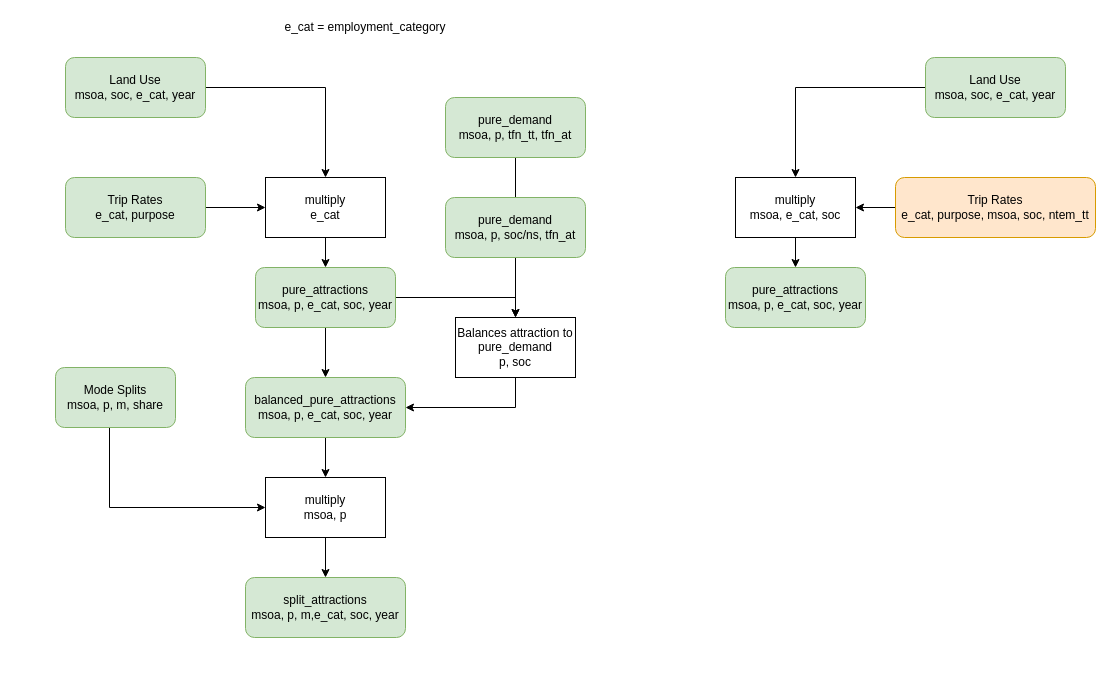
Earlier version of the draw.io diagram page "Attraction Model" (3 of 4) of docs/op_models/NoTEM/NoTEM Code Structure.drawio (Transport-for-the-North/NorMITs-Demand). Source tidied: cells renumbered, new cells numbered last; positions are measured from the earlier drawing's top-left corner, leaving out a move shared by most shapes. Both pictures are drawn from the tidied source at 100%, with x=0, y=0 at pixel (55, 17).
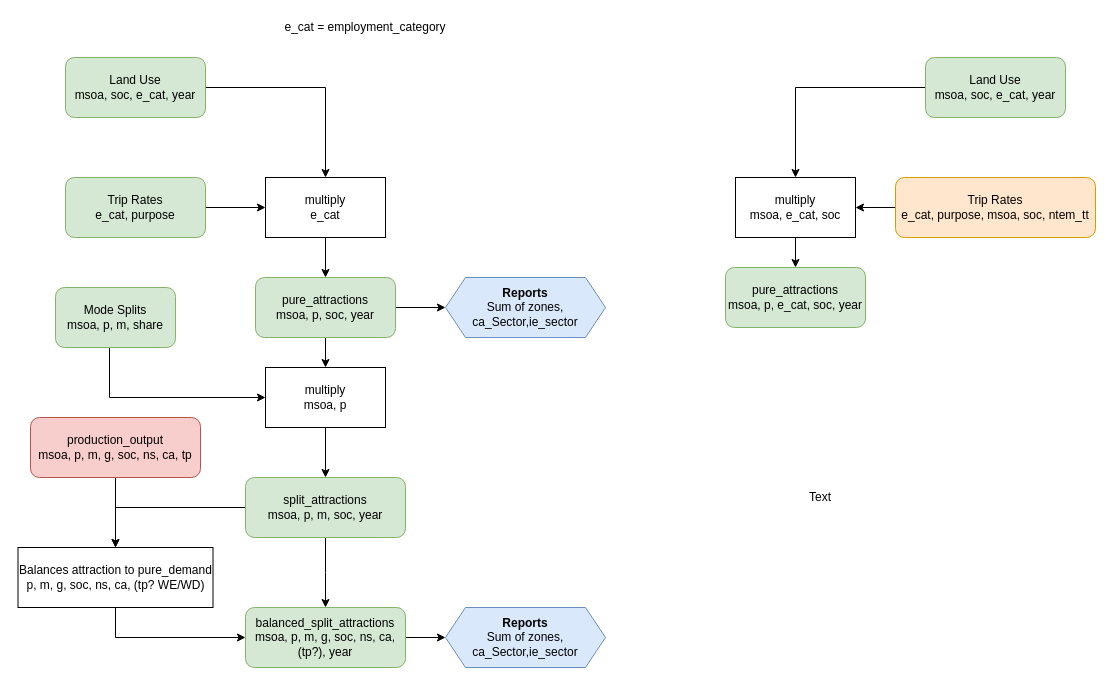
Above is the later version.

Change to the diagram source:
```diff
@@
-    <mxCell id="11" style="edgeStyle=orthogonalEdgeStyle;rounded=0;jettySize=auto;html=1;" parent="1" edge="1" source="13" target="20">
+    <mxCell id="11" style="edgeStyle=orthogonalEdgeStyle;rounded=0;jettySize=auto;html=1;entryX=0.5;entryY=0;entryDx=0;entryDy=0;" parent="1" edge="1" source="13" target="17">
       <mxGeometry relative="1" as="geometry" />
     </mxCell>
-    <mxCell id="12" style="edgeStyle=orthogonalEdgeStyle;rounded=0;jettySize=auto;html=1;" parent="1" edge="1" source="13" target="22">
-      <mxGeometry relative="1" as="geometry">
-        <Array as="points">
-          <mxPoint x="460" y="280" />
-        </Array>
-      </mxGeometry>
-    </mxCell>
+    <mxCell id="31" style="edgeStyle=orthogonalEdgeStyle;rounded=0;jettySize=auto;html=1;" parent="1" edge="1" source="13" target="37">
+      <mxGeometry relative="1" as="geometry" />
+    </mxCell>
-    <mxCell id="13" value="pure_attractions&lt;br&gt;msoa, p, e_cat, soc, year" style="rounded=1;whiteSpace=wrap;html=1;fillColor=#d5e8d4;strokeColor=#82b366;" parent="1" vertex="1">
-      <mxGeometry x="200" y="250" width="140" height="60" as="geometry" />
+    <mxCell id="13" value="pure_attractions&lt;br&gt;msoa, p, soc, year" style="rounded=1;whiteSpace=wrap;html=1;fillColor=#d5e8d4;strokeColor=#82b366;" parent="1" vertex="1">
+      <mxGeometry x="200" y="260" width="140" height="60" as="geometry" />
     </mxCell>
-    <mxCell id="14" style="edgeStyle=orthogonalEdgeStyle;rounded=0;jettySize=auto;html=1;" parent="1" edge="1" target="17">
+    <mxCell id="14" style="edgeStyle=orthogonalEdgeStyle;rounded=0;jettySize=auto;html=1;entryX=0;entryY=0.5;entryDx=0;entryDy=0;" parent="1" edge="1" target="17">
       <mxGeometry relative="1" as="geometry">
-        <mxPoint x="54" y="410" as="sourcePoint" />
+        <mxPoint x="54" y="330" as="sourcePoint" />
         <Array as="points">
-          <mxPoint x="54" y="490" />
+          <mxPoint x="54" y="380" />
         </Array>
       </mxGeometry>
     </mxCell>
     <mxCell id="15" value="Mode Splits&lt;br&gt;msoa, p, m, share" style="rounded=1;whiteSpace=wrap;html=1;fillColor=#d5e8d4;strokeColor=#82b366;" parent="1" vertex="1">
-      <mxGeometry y="350" width="120" height="60" as="geometry" />
+      <mxGeometry y="270" width="120" height="60" as="geometry" />
     </mxCell>
@@
     <mxCell id="17" value="multiply&lt;br&gt;msoa, p" style="rounded=0;whiteSpace=wrap;html=1;" parent="1" vertex="1">
-      <mxGeometry x="210" y="460" width="120" height="60" as="geometry" />
+      <mxGeometry x="210" y="350" width="120" height="60" as="geometry" />
     </mxCell>
+    <mxCell id="32" style="edgeStyle=orthogonalEdgeStyle;rounded=0;jettySize=auto;html=1;exitX=0.5;exitY=1;exitDx=0;exitDy=0;" parent="1" edge="1" source="18">
+      <mxGeometry relative="1" as="geometry">
+        <mxPoint x="270" y="590" as="targetPoint" />
+      </mxGeometry>
+    </mxCell>
+    <mxCell id="33" style="edgeStyle=orthogonalEdgeStyle;rounded=0;jettySize=auto;html=1;exitX=0;exitY=0.5;exitDx=0;exitDy=0;entryX=0.5;entryY=0;entryDx=0;entryDy=0;" parent="1" edge="1" source="18" target="22">
+      <mxGeometry relative="1" as="geometry">
+        <Array as="points">
+          <mxPoint x="60" y="490" />
+        </Array>
+      </mxGeometry>
+    </mxCell>
-    <mxCell id="18" value="split_attractions&lt;br&gt;msoa, p, m,e_cat, soc, year" style="rounded=1;whiteSpace=wrap;html=1;fillColor=#d5e8d4;strokeColor=#82b366;" parent="1" vertex="1">
-      <mxGeometry x="190" y="560" width="160" height="60" as="geometry" />
+    <mxCell id="18" value="split_attractions&lt;br&gt;msoa, p, m, soc, year" style="rounded=1;whiteSpace=wrap;html=1;fillColor=#d5e8d4;strokeColor=#82b366;" parent="1" vertex="1">
+      <mxGeometry x="190" y="460" width="160" height="60" as="geometry" />
     </mxCell>
-    <mxCell id="19" style="edgeStyle=orthogonalEdgeStyle;rounded=0;jettySize=auto;html=1;" parent="1" edge="1" source="20" target="17">
-      <mxGeometry relative="1" as="geometry" />
-    </mxCell>
-    <mxCell id="20" value="balanced_pure_attractions&lt;br&gt;msoa, p, e_cat, soc, year" style="rounded=1;whiteSpace=wrap;html=1;fillColor=#d5e8d4;strokeColor=#82b366;" parent="1" vertex="1">
-      <mxGeometry x="190" y="360" width="160" height="60" as="geometry" />
-    </mxCell>
-    <mxCell id="21" style="edgeStyle=orthogonalEdgeStyle;rounded=0;jettySize=auto;html=1;" parent="1" edge="1" source="22" target="20">
-      <mxGeometry relative="1" as="geometry">
-        <Array as="points">
-          <mxPoint x="460" y="390" />
-        </Array>
-      </mxGeometry>
-    </mxCell>
+    <mxCell id="34" style="edgeStyle=orthogonalEdgeStyle;rounded=0;jettySize=auto;html=1;exitX=0.5;exitY=1;exitDx=0;exitDy=0;entryX=0;entryY=0.5;entryDx=0;entryDy=0;" parent="1" edge="1" source="22" target="36">
+      <mxGeometry relative="1" as="geometry">
+        <Array as="points">
+          <mxPoint x="60" y="620" />
+        </Array>
+      </mxGeometry>
+    </mxCell>
-    <mxCell id="22" value="Balances attraction to pure_demand&lt;br&gt;p, soc" style="rounded=0;whiteSpace=wrap;html=1;" parent="1" vertex="1">
-      <mxGeometry x="400" y="300" width="120" height="60" as="geometry" />
+    <mxCell id="22" value="Balances attraction to pure_demand&lt;br&gt;p, m, g, soc, ns, ca, (tp? WE/WD)" style="rounded=0;whiteSpace=wrap;html=1;" parent="1" vertex="1">
+      <mxGeometry x="-37.5" y="530" width="195" height="60" as="geometry" />
     </mxCell>
-    <mxCell id="23" style="edgeStyle=orthogonalEdgeStyle;rounded=0;jettySize=auto;html=1;" parent="1" edge="1" source="24" target="22">
+    <mxCell id="23" style="edgeStyle=orthogonalEdgeStyle;rounded=0;jettySize=auto;html=1;entryX=0.5;entryY=0;entryDx=0;entryDy=0;" parent="1" edge="1" source="24" target="22">
       <mxGeometry relative="1" as="geometry" />
     </mxCell>
-    <mxCell id="24" value="pure_demand&lt;br&gt;msoa, p, tfn_tt, tfn_at" style="rounded=1;whiteSpace=wrap;html=1;fillColor=#d5e8d4;strokeColor=#82b366;" parent="1" vertex="1">
-      <mxGeometry x="390" y="80" width="140" height="60" as="geometry" />
+    <mxCell id="24" value="production_output&lt;br&gt;msoa, p, m, g, soc, ns, ca, tp" style="rounded=1;whiteSpace=wrap;html=1;fillColor=#f8cecc;strokeColor=#b85450;" parent="1" vertex="1">
+      <mxGeometry x="-25" y="400" width="170" height="60" as="geometry" />
     </mxCell>
@@
-    <mxCell id="30" value="pure_demand&lt;br&gt;msoa, p, soc/ns, tfn_at" style="rounded=1;whiteSpace=wrap;html=1;fillColor=#d5e8d4;strokeColor=#82b366;" parent="1" vertex="1">
-      <mxGeometry x="390" y="180" width="140" height="60" as="geometry" />
-    </mxCell>
+    <mxCell id="35" style="edgeStyle=orthogonalEdgeStyle;rounded=0;jettySize=auto;html=1;" parent="1" edge="1" source="36" target="38">
+      <mxGeometry relative="1" as="geometry" />
+    </mxCell>
+    <mxCell id="36" value="balanced_split_attractions&lt;br&gt;msoa, p, m, g, soc, ns, ca, (tp?),&amp;nbsp;year" style="rounded=1;whiteSpace=wrap;html=1;fillColor=#d5e8d4;strokeColor=#82b366;" parent="1" vertex="1">
+      <mxGeometry x="190" y="590" width="160" height="60" as="geometry" />
+    </mxCell>
+    <mxCell id="37" value="&lt;b&gt;Reports&lt;/b&gt;&lt;br&gt;Sum of zones,&lt;br&gt;ca_Sector,ie_sector" style="shape=hexagon;perimeter=hexagonPerimeter2;whiteSpace=wrap;html=1;fixedSize=1;fillColor=#dae8fc;strokeColor=#6c8ebf;" parent="1" vertex="1">
+      <mxGeometry x="390" y="260" width="160" height="60" as="geometry" />
+    </mxCell>
+    <mxCell id="38" value="&lt;b&gt;Reports&lt;/b&gt;&lt;br&gt;Sum of zones,&lt;br&gt;ca_Sector,ie_sector" style="shape=hexagon;perimeter=hexagonPerimeter2;whiteSpace=wrap;html=1;fixedSize=1;fillColor=#dae8fc;strokeColor=#6c8ebf;" parent="1" vertex="1">
+      <mxGeometry x="390" y="590" width="160" height="60" as="geometry" />
+    </mxCell>
+    <mxCell id="39" value="Text" style="text;html=1;strokeColor=none;fillColor=none;align=center;verticalAlign=middle;whiteSpace=wrap;rounded=0;" parent="1" vertex="1">
+      <mxGeometry x="630" y="430" width="270" height="100" as="geometry" />
+    </mxCell>
```
